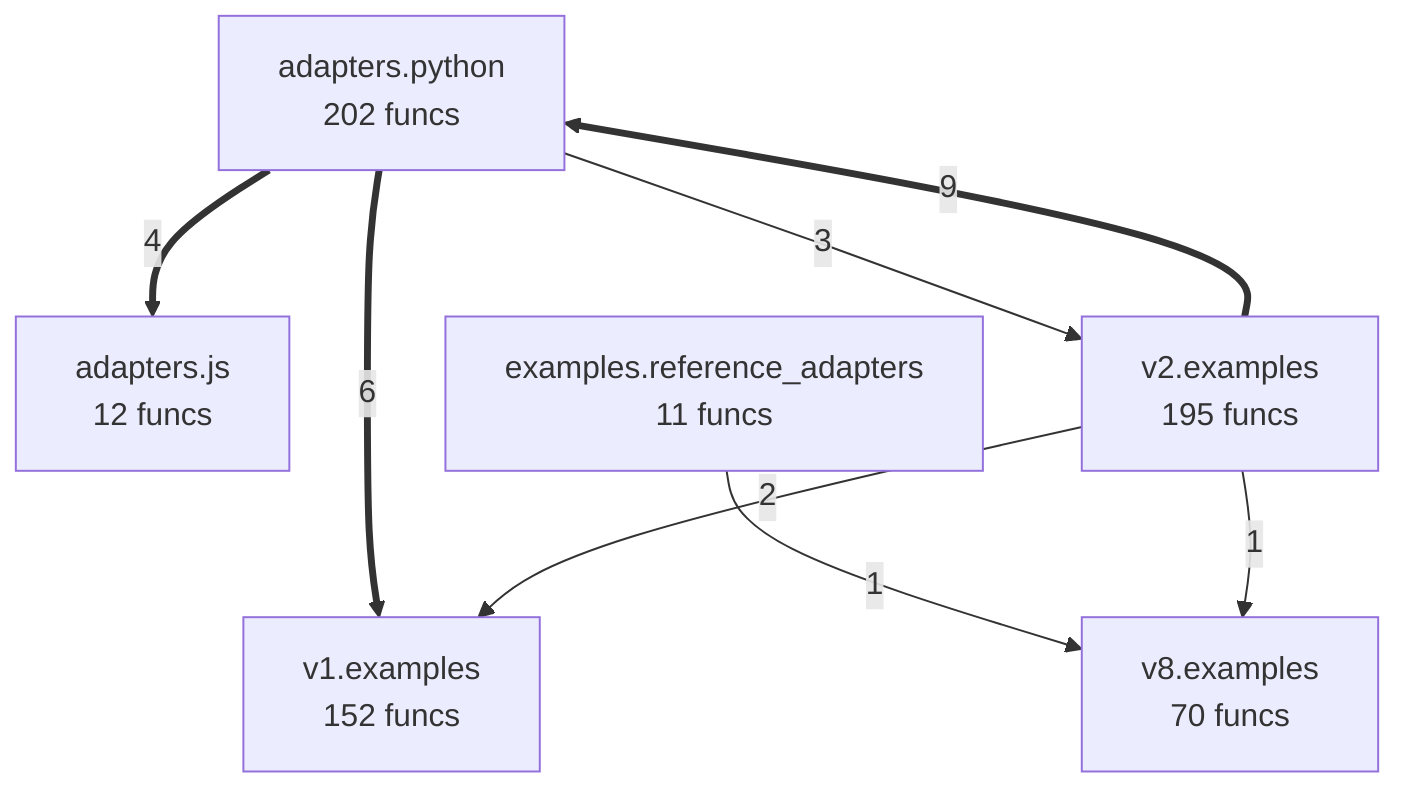
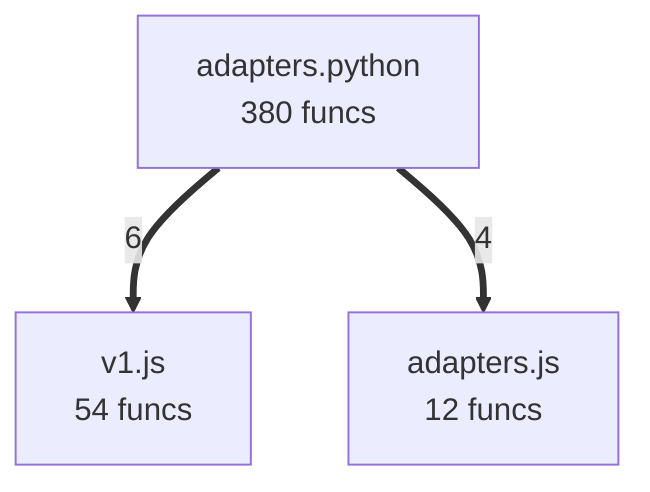
flowchart TD
%% generated in 0.01s
    adapters__js["adapters.js<br/>12 funcs"]
-     adapters__python["adapters.python<br/>202 funcs"]
-     examples__reference_adapters["examples.reference_adapters<br/>11 funcs"]
-     v1__examples["v1.examples<br/>152 funcs"]
-     v2__examples["v2.examples<br/>195 funcs"]
-     v8__examples["v8.examples<br/>70 funcs"]
-     v2__examples ==>|9| adapters__python
-     adapters__python ==>|6| v1__examples
+     adapters__python["adapters.python<br/>380 funcs"]
+     v1__js["v1.js<br/>54 funcs"]
+     adapters__python ==>|6| v1__js
    adapters__python ==>|4| adapters__js
-     adapters__python -->|3| v2__examples
-     v2__examples -->|2| v1__examples
-     examples__reference_adapters -->|1| v8__examples
-     v2__examples -->|1| v8__examples
